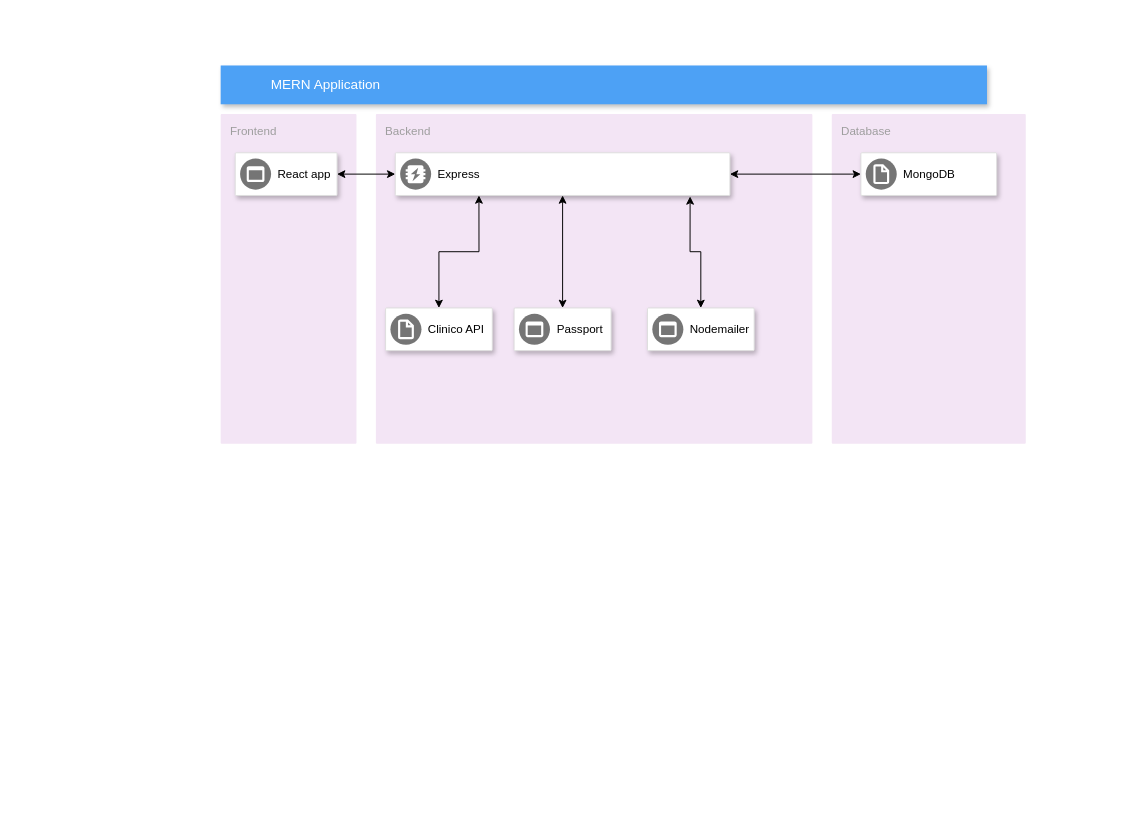
This is docs/AAD.drawio from cmccaww/MERN_app_planning, a draw.io file, before an edit. Source tidied: cells renumbered, new cells numbered last; positions are measured from the earlier drawing's top-left corner, leaving out a move shared by most shapes. Both pictures are drawn from the tidied source at 97%, with x=0, y=0 at pixel (220, 65).
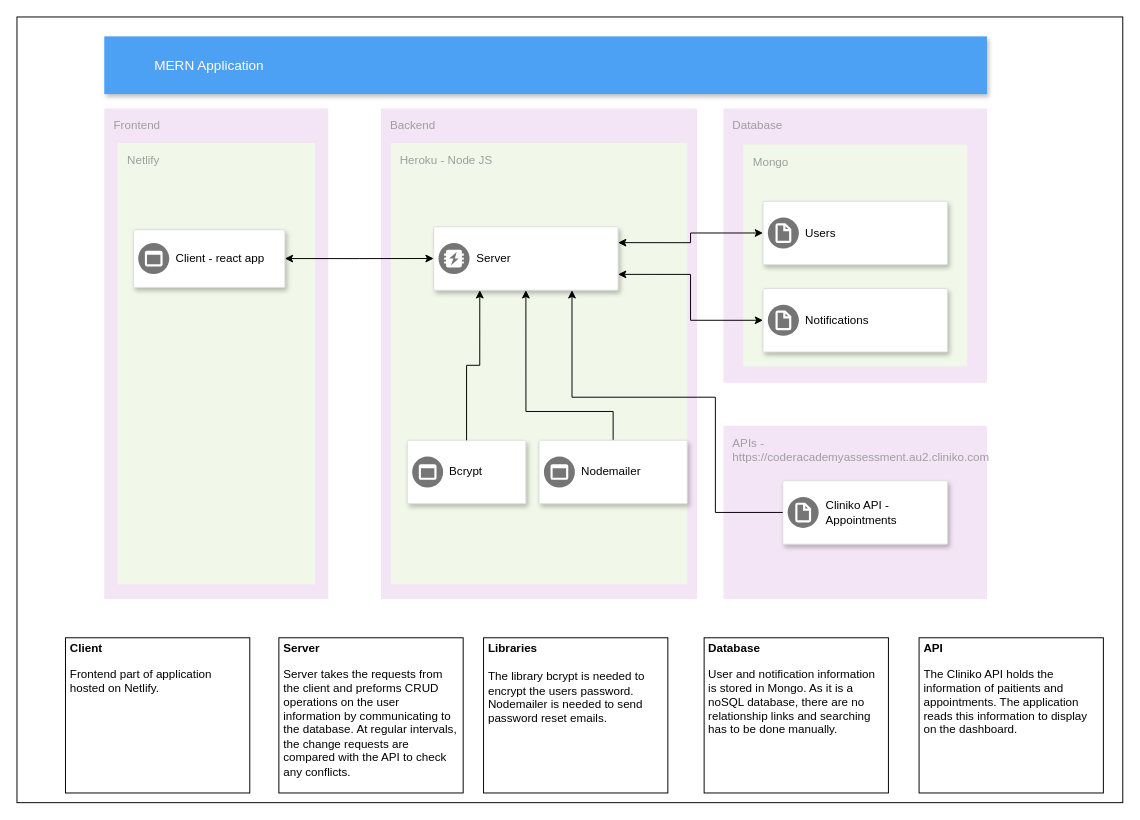
Above is the later version.

The edit, as a diff of the source:
```diff
@@
+    <mxCell id="23" style="rounded=0;whiteSpace=wrap;html=1;strokeColor=#000000;" parent="1" vertex="1">
+      <mxGeometry x="-210" y="-50" width="1140" height="810" as="geometry" />
+    </mxCell>
+    <mxCell id="5" value="Database" style="rounded=1;absoluteArcSize=1;arcSize=2;html=1;strokeColor=none;gradientColor=none;shadow=0;dashed=0;fontSize=12;fontColor=#9E9E9E;align=left;verticalAlign=top;spacing=10;spacingTop=-4;fillColor=#F3E5F5;" parent="1" vertex="1">
+      <mxGeometry x="518.4" y="44.4" width="271.6" height="282.6" as="geometry" />
+    </mxCell>
+    <mxCell id="24" value="&lt;div&gt;APIs - &lt;br&gt;&lt;/div&gt;&lt;div&gt;https://coderacademyassessment.au2.cliniko.com&lt;/div&gt;" style="rounded=1;absoluteArcSize=1;arcSize=2;html=1;strokeColor=none;gradientColor=none;shadow=0;dashed=0;fontSize=12;fontColor=#9E9E9E;align=left;verticalAlign=top;spacing=10;spacingTop=-4;fillColor=#F3E5F5;" parent="1" vertex="1">
+      <mxGeometry x="518.4" y="371.5" width="271.6" height="178.5" as="geometry" />
+    </mxCell>
     <mxCell id="2" value="MERN Application" style="fillColor=#4DA1F5;strokeColor=none;shadow=1;gradientColor=none;fontSize=14;align=left;spacingLeft=50;fontColor=#ffffff;html=1;" parent="1" vertex="1">
-      <mxGeometry width="790" height="40" as="geometry" />
+      <mxGeometry x="-120" y="-30" width="910" height="59.5" as="geometry" />
     </mxCell>
     <mxCell id="3" value="Frontend" style="rounded=1;absoluteArcSize=1;arcSize=2;html=1;strokeColor=none;gradientColor=none;shadow=0;dashed=0;fontSize=12;fontColor=#9E9E9E;align=left;verticalAlign=top;spacing=10;spacingTop=-4;fillColor=#F3E5F5;" parent="1" vertex="1">
-      <mxGeometry y="50" width="140" height="340" as="geometry" />
+      <mxGeometry x="-120" y="44.4" width="230.9" height="505.6" as="geometry" />
     </mxCell>
     <mxCell id="4" value="Backend" style="rounded=1;absoluteArcSize=1;arcSize=2;html=1;strokeColor=none;gradientColor=none;shadow=0;dashed=0;fontSize=12;fontColor=#9E9E9E;align=left;verticalAlign=top;spacing=10;spacingTop=-4;fillColor=#F3E5F5;" parent="1" vertex="1">
-      <mxGeometry x="160" y="50" width="450" height="340" as="geometry" />
+      <mxGeometry x="165.2" y="44.4" width="326" height="505.6" as="geometry" />
     </mxCell>
-    <mxCell id="5" value="Database" style="rounded=1;absoluteArcSize=1;arcSize=2;html=1;strokeColor=none;gradientColor=none;shadow=0;dashed=0;fontSize=12;fontColor=#9E9E9E;align=left;verticalAlign=top;spacing=10;spacingTop=-4;fillColor=#F3E5F5;" parent="1" vertex="1">
-      <mxGeometry x="630" y="50" width="200" height="340" as="geometry" />
-    </mxCell>
-    <mxCell id="6" style="edgeStyle=orthogonalEdgeStyle;rounded=0;jettySize=auto;html=1;exitX=1;exitY=0.5;exitDx=0;exitDy=0;entryX=0;entryY=0.5;entryDx=0;entryDy=0;startArrow=classic;startFill=1;" parent="1" edge="1" source="7" target="12">
-      <mxGeometry relative="1" as="geometry" />
-    </mxCell>
+    <mxCell id="10" style="strokeColor=#dddddd;shadow=1;strokeWidth=1;rounded=1;absoluteArcSize=1;arcSize=2;" parent="1" vertex="1">
+      <mxGeometry x="579.5" y="428.1" width="169.8" height="65.4" as="geometry" />
+    </mxCell>
+    <mxCell id="11" value="&lt;div&gt;Cliniko API - &lt;br&gt;&lt;/div&gt;&lt;div&gt;Appointments&lt;br&gt;&lt;/div&gt;" style="dashed=0;html=1;fillColor=#757575;strokeColor=none;shape=mxgraph.gcp2.virtual_file_system;labelPosition=right;verticalLabelPosition=middle;align=left;verticalAlign=middle;spacingLeft=5;fontSize=12;" parent="10" vertex="1">
+      <mxGeometry y="0.5" width="32" height="32" relative="1" as="geometry">
+        <mxPoint x="5" y="-16" as="offset" />
+      </mxGeometry>
+    </mxCell>
+    <mxCell id="25" value="Netlify" style="rounded=1;absoluteArcSize=1;arcSize=2;html=1;strokeColor=none;gradientColor=none;shadow=0;dashed=0;fontSize=12;fontColor=#9E9E9E;align=left;verticalAlign=top;spacing=10;spacingTop=-4;fillColor=#F1F8E9;" parent="1" vertex="1">
+      <mxGeometry x="-106.4" y="80" width="203.7" height="455.1" as="geometry" />
+    </mxCell>
     <mxCell id="7" style="strokeColor=#dddddd;shadow=1;strokeWidth=1;rounded=1;absoluteArcSize=1;arcSize=2;" parent="1" vertex="1">
-      <mxGeometry x="15" y="90" width="105" height="44" as="geometry" />
+      <mxGeometry x="-90" y="169.3" width="156.2" height="59.5" as="geometry" />
     </mxCell>
-    <mxCell id="8" value="React app" style="dashed=0;html=1;fillColor=#757575;strokeColor=none;shape=mxgraph.gcp2.frontend_platform_services;labelPosition=right;verticalLabelPosition=middle;align=left;verticalAlign=middle;spacingLeft=5;fontSize=12;" parent="7" vertex="1">
+    <mxCell id="8" value="Client - react app" style="dashed=0;html=1;fillColor=#757575;strokeColor=none;shape=mxgraph.gcp2.frontend_platform_services;labelPosition=right;verticalLabelPosition=middle;align=left;verticalAlign=middle;spacingLeft=5;fontSize=12;" parent="7" vertex="1">
       <mxGeometry y="0.5" width="32" height="32" relative="1" as="geometry">
         <mxPoint x="5" y="-16" as="offset" />
       </mxGeometry>
     </mxCell>
-    <mxCell id="9" style="edgeStyle=orthogonalEdgeStyle;rounded=0;jettySize=auto;html=1;exitX=0.5;exitY=0;exitDx=0;exitDy=0;entryX=0.25;entryY=1;entryDx=0;entryDy=0;startArrow=classic;startFill=1;" parent="1" edge="1" source="10" target="12">
-      <mxGeometry relative="1" as="geometry" />
-    </mxCell>
-    <mxCell id="10" style="strokeColor=#dddddd;shadow=1;strokeWidth=1;rounded=1;absoluteArcSize=1;arcSize=2;" parent="1" vertex="1">
-      <mxGeometry x="170" y="250" width="110" height="44" as="geometry" />
-    </mxCell>
-    <mxCell id="11" value="Clinico API" style="dashed=0;html=1;fillColor=#757575;strokeColor=none;shape=mxgraph.gcp2.virtual_file_system;labelPosition=right;verticalLabelPosition=middle;align=left;verticalAlign=middle;spacingLeft=5;fontSize=12;" parent="10" vertex="1">
-      <mxGeometry y="0.5" width="32" height="32" relative="1" as="geometry">
-        <mxPoint x="5" y="-16" as="offset" />
-      </mxGeometry>
-    </mxCell>
+    <mxCell id="26" value="Heroku - Node JS" style="rounded=1;absoluteArcSize=1;arcSize=2;html=1;strokeColor=none;gradientColor=none;shadow=0;dashed=0;fontSize=12;fontColor=#9E9E9E;align=left;verticalAlign=top;spacing=10;spacingTop=-4;fillColor=#F1F8E9;" parent="1" vertex="1">
+      <mxGeometry x="175.4" y="80" width="305.6" height="455.1" as="geometry" />
+    </mxCell>
+    <mxCell id="15" style="strokeColor=#dddddd;shadow=1;strokeWidth=1;rounded=1;absoluteArcSize=1;arcSize=2;" parent="1" vertex="1">
+      <mxGeometry x="192.4" y="386.4" width="122.2" height="65.4" as="geometry" />
+    </mxCell>
+    <mxCell id="16" value="Bcrypt" style="dashed=0;html=1;fillColor=#757575;strokeColor=none;shape=mxgraph.gcp2.frontend_platform_services;labelPosition=right;verticalLabelPosition=middle;align=left;verticalAlign=middle;spacingLeft=5;fontSize=12;" parent="15" vertex="1">
+      <mxGeometry y="0.5" width="32" height="32" relative="1" as="geometry">
+        <mxPoint x="5" y="-16" as="offset" />
+      </mxGeometry>
+    </mxCell>
+    <mxCell id="14" style="edgeStyle=orthogonalEdgeStyle;rounded=0;jettySize=auto;html=1;exitX=0.5;exitY=0;exitDx=0;exitDy=0;entryX=0.25;entryY=1;entryDx=0;entryDy=0;startArrow=none;startFill=0;" parent="1" edge="1" source="15" target="12">
+      <mxGeometry x="100" y="30" as="geometry" />
+    </mxCell>
+    <mxCell id="6" style="edgeStyle=orthogonalEdgeStyle;rounded=0;jettySize=auto;html=1;exitX=1;exitY=0.5;exitDx=0;exitDy=0;entryX=0;entryY=0.5;entryDx=0;entryDy=0;startArrow=classic;startFill=1;" parent="1" edge="1" source="7" target="12">
+      <mxGeometry x="100" y="30" as="geometry" />
+    </mxCell>
     <mxCell id="12" style="strokeColor=#dddddd;shadow=1;strokeWidth=1;rounded=1;absoluteArcSize=1;arcSize=2;" parent="1" vertex="1">
-      <mxGeometry x="180" y="90" width="345" height="44" as="geometry" />
+      <mxGeometry x="219.6" y="166.3" width="190.1" height="65.4" as="geometry" />
     </mxCell>
-    <mxCell id="13" value="&lt;div&gt;Express&lt;/div&gt;" style="dashed=0;html=1;fillColor=#757575;strokeColor=none;shape=mxgraph.gcp2.memcache;labelPosition=right;verticalLabelPosition=middle;align=left;verticalAlign=middle;spacingLeft=5;fontSize=12;" parent="12" vertex="1">
+    <mxCell id="13" value="Server" style="dashed=0;html=1;fillColor=#757575;strokeColor=none;shape=mxgraph.gcp2.memcache;labelPosition=right;verticalLabelPosition=middle;align=left;verticalAlign=middle;spacingLeft=5;fontSize=12;" parent="12" vertex="1">
       <mxGeometry y="0.5" width="32" height="32" relative="1" as="geometry">
         <mxPoint x="5" y="-16" as="offset" />
       </mxGeometry>
     </mxCell>
-    <mxCell id="14" style="edgeStyle=orthogonalEdgeStyle;rounded=0;jettySize=auto;html=1;exitX=0.5;exitY=0;exitDx=0;exitDy=0;entryX=0.5;entryY=1;entryDx=0;entryDy=0;startArrow=classic;startFill=1;" parent="1" edge="1" source="15" target="12">
-      <mxGeometry relative="1" as="geometry" />
-    </mxCell>
-    <mxCell id="15" style="strokeColor=#dddddd;shadow=1;strokeWidth=1;rounded=1;absoluteArcSize=1;arcSize=2;" parent="1" vertex="1">
-      <mxGeometry x="302.5" y="250" width="100" height="44" as="geometry" />
-    </mxCell>
-    <mxCell id="16" value="&lt;div&gt;Passport&lt;/div&gt;" style="dashed=0;html=1;fillColor=#757575;strokeColor=none;shape=mxgraph.gcp2.frontend_platform_services;labelPosition=right;verticalLabelPosition=middle;align=left;verticalAlign=middle;spacingLeft=5;fontSize=12;" parent="15" vertex="1">
-      <mxGeometry y="0.5" width="32" height="32" relative="1" as="geometry">
-        <mxPoint x="5" y="-16" as="offset" />
-      </mxGeometry>
-    </mxCell>
-    <mxCell id="17" style="edgeStyle=orthogonalEdgeStyle;rounded=0;jettySize=auto;html=1;exitX=0;exitY=0.5;exitDx=0;exitDy=0;entryX=1;entryY=0.5;entryDx=0;entryDy=0;startArrow=classic;startFill=1;" parent="1" edge="1" source="18" target="12">
-      <mxGeometry relative="1" as="geometry" />
-    </mxCell>
+    <mxCell id="9" style="edgeStyle=orthogonalEdgeStyle;rounded=0;jettySize=auto;html=1;entryX=0.75;entryY=1;entryDx=0;entryDy=0;startArrow=none;startFill=0;exitX=0;exitY=0.5;exitDx=0;exitDy=0;" parent="1" edge="1" source="10" target="12">
+      <mxGeometry x="100" y="30" as="geometry">
+        <Array as="points">
+          <mxPoint x="510" y="461" />
+          <mxPoint x="510" y="342" />
+          <mxPoint x="362" y="342" />
+        </Array>
+      </mxGeometry>
+    </mxCell>
+    <mxCell id="27" style="edgeStyle=orthogonalEdgeStyle;rounded=0;jettySize=auto;html=1;exitX=0.5;exitY=0;exitDx=0;exitDy=0;entryX=0.5;entryY=1;entryDx=0;entryDy=0;startArrow=none;startFill=0;" parent="1" edge="1" source="28" target="12">
+      <mxGeometry x="100" y="30" as="geometry">
+        <Array as="points">
+          <mxPoint x="404.3" y="356.7" />
+          <mxPoint x="314.6" y="356.7" />
+        </Array>
+      </mxGeometry>
+    </mxCell>
+    <mxCell id="28" style="strokeColor=#dddddd;shadow=1;strokeWidth=1;rounded=1;absoluteArcSize=1;arcSize=2;" parent="1" vertex="1">
+      <mxGeometry x="328.2" y="386.4" width="152.8" height="65.4" as="geometry" />
+    </mxCell>
+    <mxCell id="22" value="Nodemailer" style="dashed=0;html=1;fillColor=#757575;strokeColor=none;shape=mxgraph.gcp2.frontend_platform_services;labelPosition=right;verticalLabelPosition=middle;align=left;verticalAlign=middle;spacingLeft=5;fontSize=12;" parent="28" vertex="1">
+      <mxGeometry y="0.5" width="32" height="32" relative="1" as="geometry">
+        <mxPoint x="5" y="-16" as="offset" />
+      </mxGeometry>
+    </mxCell>
+    <mxCell id="29" value="Mongo" style="rounded=1;absoluteArcSize=1;arcSize=2;html=1;strokeColor=none;gradientColor=none;shadow=0;dashed=0;fontSize=12;fontColor=#9E9E9E;align=left;verticalAlign=top;spacing=10;spacingTop=-4;fillColor=#F1F8E9;" parent="1" vertex="1">
+      <mxGeometry x="538.7" y="81.5" width="230.9" height="228.5" as="geometry" />
+    </mxCell>
     <mxCell id="18" style="strokeColor=#dddddd;shadow=1;strokeWidth=1;rounded=1;absoluteArcSize=1;arcSize=2;" parent="1" vertex="1">
-      <mxGeometry x="660" y="90" width="140" height="44" as="geometry" />
+      <mxGeometry x="559.1" y="140" width="190.1" height="65.4" as="geometry" />
     </mxCell>
-    <mxCell id="19" value="MongoDB" style="dashed=0;html=1;fillColor=#757575;strokeColor=none;shape=mxgraph.gcp2.virtual_file_system;labelPosition=right;verticalLabelPosition=middle;align=left;verticalAlign=middle;spacingLeft=5;fontSize=12;" parent="18" vertex="1">
+    <mxCell id="19" value="Users" style="dashed=0;html=1;fillColor=#757575;strokeColor=none;shape=mxgraph.gcp2.virtual_file_system;labelPosition=right;verticalLabelPosition=middle;align=left;verticalAlign=middle;spacingLeft=5;fontSize=12;" parent="18" vertex="1">
       <mxGeometry y="0.5" width="32" height="32" relative="1" as="geometry">
         <mxPoint x="5" y="-16" as="offset" />
       </mxGeometry>
     </mxCell>
-    <mxCell id="20" style="edgeStyle=orthogonalEdgeStyle;rounded=0;jettySize=auto;html=1;exitX=0.5;exitY=0;exitDx=0;exitDy=0;entryX=0.881;entryY=1.023;entryDx=0;entryDy=0;entryPerimeter=0;startArrow=classic;startFill=1;" parent="1" edge="1" source="21" target="12">
-      <mxGeometry relative="1" as="geometry" />
-    </mxCell>
-    <mxCell id="21" style="strokeColor=#dddddd;shadow=1;strokeWidth=1;rounded=1;absoluteArcSize=1;arcSize=2;" parent="1" vertex="1">
-      <mxGeometry x="440" y="250" width="110" height="44" as="geometry" />
-    </mxCell>
-    <mxCell id="22" value="Nodemailer" style="dashed=0;html=1;fillColor=#757575;strokeColor=none;shape=mxgraph.gcp2.frontend_platform_services;labelPosition=right;verticalLabelPosition=middle;align=left;verticalAlign=middle;spacingLeft=5;fontSize=12;" parent="21" vertex="1">
-      <mxGeometry y="0.5" width="32" height="32" relative="1" as="geometry">
-        <mxPoint x="5" y="-16" as="offset" />
-      </mxGeometry>
-    </mxCell>
+    <mxCell id="30" style="strokeColor=#dddddd;shadow=1;strokeWidth=1;rounded=1;absoluteArcSize=1;arcSize=2;" parent="1" vertex="1">
+      <mxGeometry x="559.1" y="230" width="190.1" height="65.4" as="geometry" />
+    </mxCell>
+    <mxCell id="31" value="Notifications" style="dashed=0;html=1;fillColor=#757575;strokeColor=none;shape=mxgraph.gcp2.virtual_file_system;labelPosition=right;verticalLabelPosition=middle;align=left;verticalAlign=middle;spacingLeft=5;fontSize=12;" parent="30" vertex="1">
+      <mxGeometry y="0.5" width="32" height="32" relative="1" as="geometry">
+        <mxPoint x="5" y="-16" as="offset" />
+      </mxGeometry>
+    </mxCell>
+    <mxCell id="17" style="edgeStyle=orthogonalEdgeStyle;rounded=0;jettySize=auto;html=1;exitX=0;exitY=0.5;exitDx=0;exitDy=0;entryX=1;entryY=0.25;entryDx=0;entryDy=0;startArrow=classic;startFill=1;" parent="1" edge="1" source="18" target="12">
+      <mxGeometry x="100" y="30" as="geometry" />
+    </mxCell>
+    <mxCell id="32" value="&lt;div&gt;&lt;br&gt;&lt;/div&gt;&lt;div&gt;&lt;b&gt;Client&lt;/b&gt;&lt;br&gt;&lt;/div&gt;&lt;p&gt;Frontend part of application hosted on Netlify.&lt;/p&gt;" style="text;html=1;fillColor=none;spacing=5;spacingTop=-20;whiteSpace=wrap;overflow=hidden;rounded=0;strokeColor=#000000;" parent="1" vertex="1">
+      <mxGeometry x="-160" y="590" width="190" height="160" as="geometry" />
+    </mxCell>
+    <mxCell id="33" value="&lt;div&gt;&lt;b&gt;&lt;br&gt;&lt;/b&gt;&lt;/div&gt;&lt;div&gt;&lt;b&gt;Server&lt;/b&gt;&lt;br&gt;&lt;/div&gt;&lt;p&gt;Server takes the requests from the client and preforms CRUD operations on the user information by communicating to the database. At regular intervals, the change requests are compared with the API to check any conflicts.&lt;br&gt;&lt;/p&gt;" style="text;html=1;fillColor=none;spacing=5;spacingTop=-20;whiteSpace=wrap;overflow=hidden;rounded=0;strokeColor=#000000;" parent="1" vertex="1">
+      <mxGeometry x="60" y="590" width="190" height="160" as="geometry" />
+    </mxCell>
+    <mxCell id="34" value="&lt;div&gt;&lt;br&gt;&lt;/div&gt;&lt;div&gt;&lt;b&gt;Libraries&lt;/b&gt;&lt;/div&gt;&lt;div&gt;&lt;b&gt;&lt;br&gt;&lt;/b&gt;&lt;/div&gt;&lt;div&gt;The library bcrypt is needed to encrypt the users password. Nodemailer is needed to send password reset emails.&lt;br&gt;&lt;/div&gt;" style="text;html=1;fillColor=none;spacing=5;spacingTop=-20;whiteSpace=wrap;overflow=hidden;rounded=0;strokeColor=#000000;" parent="1" vertex="1">
+      <mxGeometry x="271" y="590" width="190" height="160" as="geometry" />
+    </mxCell>
+    <mxCell id="35" style="edgeStyle=orthogonalEdgeStyle;rounded=0;jettySize=auto;html=1;exitX=1;exitY=0.75;exitDx=0;exitDy=0;startArrow=classic;startFill=1;" parent="1" edge="1" source="12" target="30">
+      <mxGeometry relative="1" as="geometry" />
+    </mxCell>
+    <mxCell id="36" value="&lt;div&gt;&lt;br&gt;&lt;/div&gt;&lt;div&gt;&lt;b&gt;Database&lt;/b&gt;&lt;br&gt;&lt;/div&gt;&lt;p&gt;User and notification information is stored in Mongo. As it is a noSQL database, there are no relationship links and searching has to be done manually.&lt;br&gt;&lt;/p&gt;" style="text;html=1;fillColor=none;spacing=5;spacingTop=-20;whiteSpace=wrap;overflow=hidden;rounded=0;strokeColor=#000000;" parent="1" vertex="1">
+      <mxGeometry x="498.4" y="590" width="190" height="160" as="geometry" />
+    </mxCell>
+    <mxCell id="37" value="&lt;div&gt;&lt;br&gt;&lt;/div&gt;&lt;div&gt;&lt;b&gt;API&lt;/b&gt;&lt;br&gt;&lt;/div&gt;&lt;p&gt;The Cliniko API holds the information of paitients and appointments. The application reads this information to display on the dashboard. &lt;br&gt;&lt;/p&gt;" style="text;html=1;fillColor=none;spacing=5;spacingTop=-20;whiteSpace=wrap;overflow=hidden;rounded=0;strokeColor=#000000;" parent="1" vertex="1">
+      <mxGeometry x="720" y="590" width="190" height="160" as="geometry" />
+    </mxCell>
```
